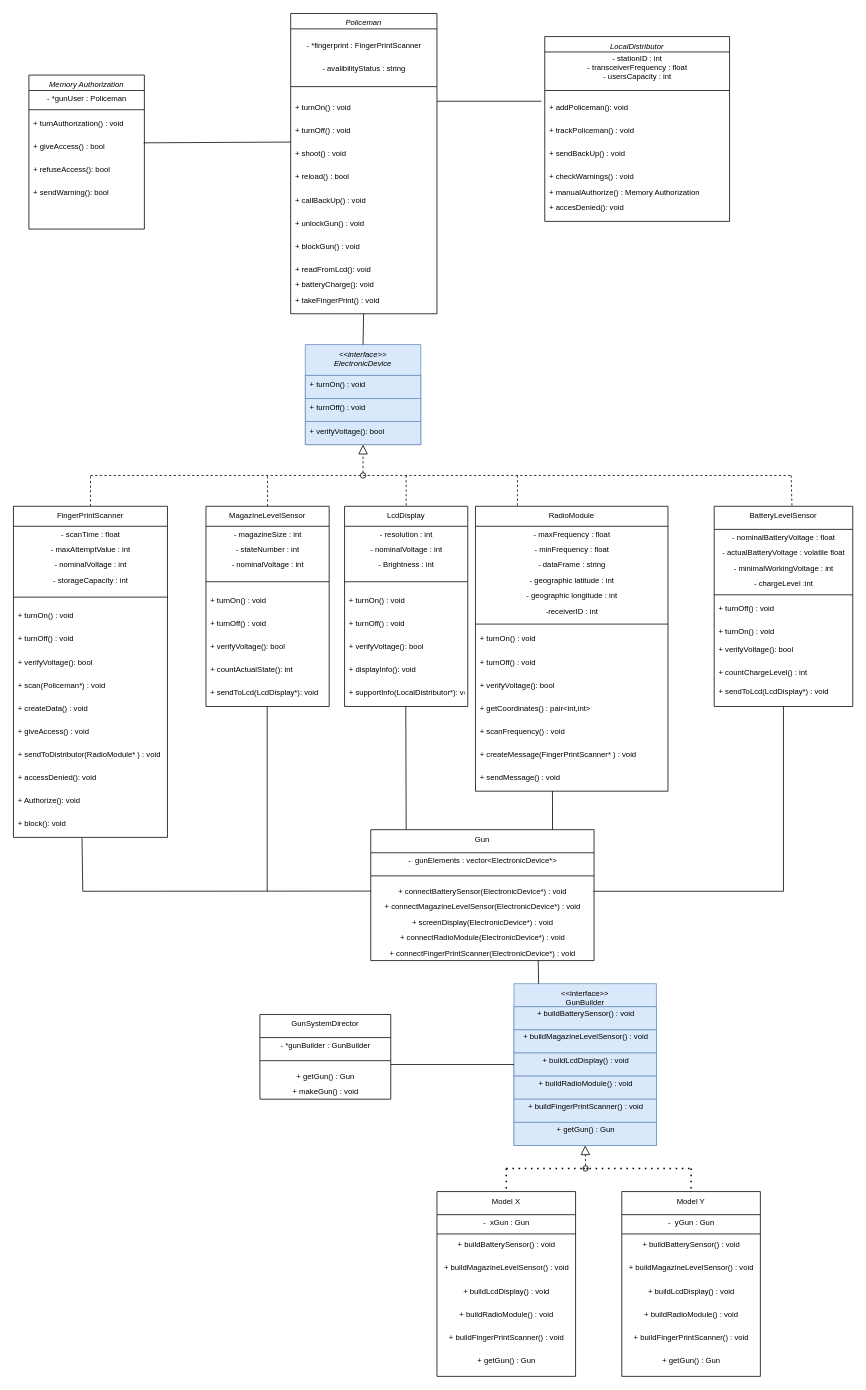
The draw.io diagram Untitled Diagram.drawio in mardyr/UML-and-diagrams, before the edit. Source tidied: cells renumbered, new cells numbered last; positions are measured from the earlier drawing's top-left corner, leaving out a move shared by most shapes. Both pictures are drawn from the tidied source at 77%, with x=0, y=0 at pixel (13, 13).
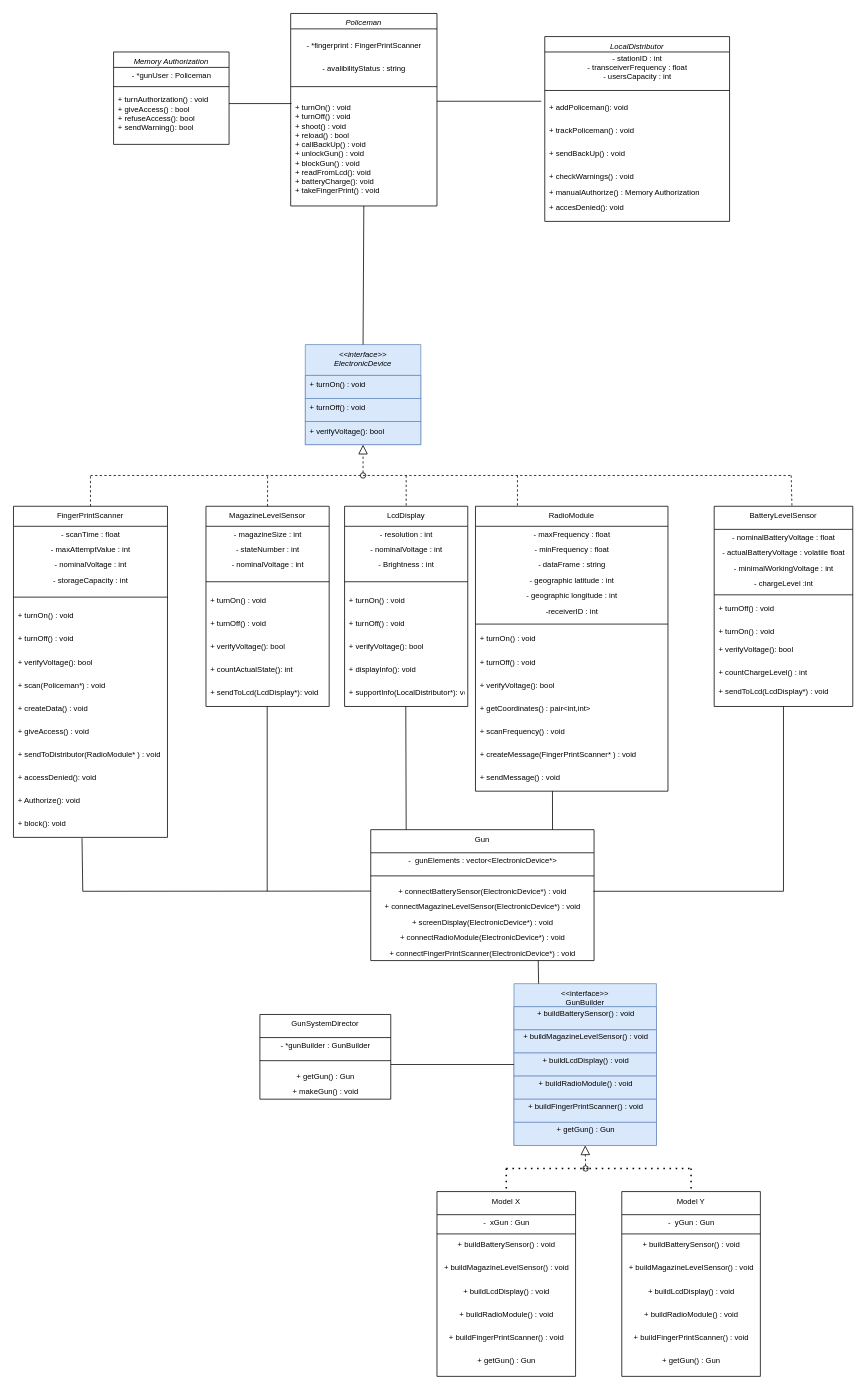
The same page after the edit.

Unchanged cells that the change refers to:
```xml
<mxCell id="2" value="&lt;&lt;interface&gt;&gt;&#10;ElectronicDevice" style="swimlane;fontStyle=2;align=center;verticalAlign=top;horizontal=1;startSize=40;rounded=0;shadow=0;strokeWidth=1;fontSize=10;fillColor=#dae8fc;strokeColor=#6c8ebf;" parent="1" vertex="1">
  <mxGeometry x="379" y="430" width="150" height="130" as="geometry" />
</mxCell>
```

What changed in the source:
```diff
@@
     <mxCell id="124" value="Memory Authorization" style="swimlane;fontStyle=2;align=center;verticalAlign=top;horizontal=1;startSize=20;rounded=0;shadow=0;strokeWidth=1;fontSize=10;" parent="1" vertex="1">
-      <mxGeometry x="20" y="80" width="150" height="200" as="geometry" />
+      <mxGeometry x="130" y="50" width="150" height="120" as="geometry" />
     </mxCell>
@@
-    <mxCell id="127" value="+ turnAuthorization() : void&#10;" style="text;align=left;verticalAlign=top;spacingLeft=4;spacingRight=4;overflow=hidden;points=[[0,0.5],[1,0.5]];portConstraint=eastwest;fontStyle=0;fontSize=10;" parent="124" vertex="1">
-      <mxGeometry y="50" width="150" height="30" as="geometry" />
+    <mxCell id="127" value="+ turnAuthorization() : void&#10;+ giveAccess() : bool&#10;+ refuseAccess(): bool&#10;+ sendWarning(): bool&#10;&#10;&#10;" style="text;align=left;verticalAlign=top;spacingLeft=4;spacingRight=4;overflow=hidden;points=[[0,0.5],[1,0.5]];portConstraint=eastwest;fontStyle=0;fontSize=10;" parent="124" vertex="1">
+      <mxGeometry y="50" width="150" height="70" as="geometry" />
     </mxCell>
-    <mxCell id="128" value="+ giveAccess() : bool&#10;" style="text;align=left;verticalAlign=top;spacingLeft=4;spacingRight=4;overflow=hidden;points=[[0,0.5],[1,0.5]];portConstraint=eastwest;fontStyle=0;fontSize=10;" parent="124" vertex="1">
-      <mxGeometry y="80" width="150" height="30" as="geometry" />
-    </mxCell>
-    <mxCell id="129" value="+ refuseAccess(): bool&#10;" style="text;align=left;verticalAlign=top;spacingLeft=4;spacingRight=4;overflow=hidden;fontStyle=0;fontSize=10;" parent="124" vertex="1">
-      <mxGeometry y="110" width="150" height="30" as="geometry" />
-    </mxCell>
-    <mxCell id="130" value="+ sendWarning(): bool&#10;" style="text;align=left;verticalAlign=top;spacingLeft=4;spacingRight=4;overflow=hidden;fontStyle=0;fontSize=10;" parent="124" vertex="1">
-      <mxGeometry y="140" width="150" height="20" as="geometry" />
-    </mxCell>
@@
-    <mxCell id="134" style="endArrow=none;html=1;fontSize=10;exitX=0.993;exitY=0.267;exitDx=0;exitDy=0;exitPerimeter=0;entryX=0;entryY=-0.1;entryDx=0;entryDy=0;entryPerimeter=0;" parent="1" edge="1" source="128" target="141">
+    <mxCell id="134" style="endArrow=none;html=1;fontSize=10;exitX=1;exitY=0.243;exitDx=0;exitDy=0;exitPerimeter=0;entryX=0.005;entryY=0.05;entryDx=0;entryDy=0;entryPerimeter=0;" parent="1" edge="1" source="127" target="139">
       <mxGeometry relative="1" as="geometry" />
     </mxCell>
     <mxCell id="135" value="Policeman" style="swimlane;fontStyle=2;align=center;verticalAlign=top;horizontal=1;startSize=20;rounded=0;shadow=0;strokeWidth=1;fontSize=10;" parent="1" vertex="1">
-      <mxGeometry x="360" width="190" height="390" as="geometry" />
+      <mxGeometry x="360" width="190" height="250" as="geometry" />
     </mxCell>
@@
-    <mxCell id="139" value="+ turnOn() : void&#10;" style="text;align=left;verticalAlign=top;spacingLeft=4;spacingRight=4;overflow=hidden;points=[[0,0.5],[1,0.5]];portConstraint=eastwest;fontStyle=0;fontSize=10;" parent="135" vertex="1">
-      <mxGeometry y="110" width="190" height="30" as="geometry" />
+    <mxCell id="139" value="+ turnOn() : void&#10;+ turnOff() : void&#10;+ shoot() : void&#10;+ reload() : bool&#10;+ callBackUp() : void&#10;+ unlockGun() : void&#10;+ blockGun() : void&#10;+ readFromLcd(): void&#10;+ batteryCharge(): void&#10;+ takeFingerPrint() : void&#10;&#10;&#10;&#10;&#10;&#10;&#10;&#10;&#10;&#10;&#10;&#10;" style="text;align=left;verticalAlign=top;spacingLeft=4;spacingRight=4;overflow=hidden;points=[[0,0.5],[1,0.5]];portConstraint=eastwest;fontStyle=0;fontSize=10;" parent="135" vertex="1">
+      <mxGeometry y="110" width="190" height="140" as="geometry" />
     </mxCell>
-    <mxCell id="140" value="+ turnOff() : void&#10;" style="text;align=left;verticalAlign=top;spacingLeft=4;spacingRight=4;overflow=hidden;fontStyle=0;fontSize=10;" parent="135" vertex="1">
-      <mxGeometry y="140" width="190" height="30" as="geometry" />
-    </mxCell>
-    <mxCell id="141" value="+ shoot() : void&#10;" style="text;align=left;verticalAlign=top;spacingLeft=4;spacingRight=4;overflow=hidden;points=[[0,0.5],[1,0.5]];portConstraint=eastwest;fontStyle=0;fontSize=10;" parent="135" vertex="1">
-      <mxGeometry y="170" width="190" height="30" as="geometry" />
-    </mxCell>
-    <mxCell id="142" value="+ reload() : bool&#10;" style="text;align=left;verticalAlign=top;spacingLeft=4;spacingRight=4;overflow=hidden;fontStyle=0;fontSize=10;" parent="135" vertex="1">
-      <mxGeometry y="200" width="190" height="30" as="geometry" />
-    </mxCell>
-    <mxCell id="143" value="+ callBackUp() : void&#10;" style="text;align=left;verticalAlign=top;spacingLeft=4;spacingRight=4;overflow=hidden;fontStyle=0;fontSize=10;" parent="135" vertex="1">
-      <mxGeometry y="230" width="190" height="30" as="geometry" />
-    </mxCell>
-    <mxCell id="144" value="+ unlockGun() : void&#10;" style="text;align=left;verticalAlign=top;spacingLeft=4;spacingRight=4;overflow=hidden;fontStyle=0;fontSize=10;" parent="135" vertex="1">
-      <mxGeometry y="260" width="190" height="30" as="geometry" />
-    </mxCell>
-    <mxCell id="145" value="+ blockGun() : void&#10;" style="text;align=left;verticalAlign=top;spacingLeft=4;spacingRight=4;overflow=hidden;fontStyle=0;fontSize=10;" parent="135" vertex="1">
-      <mxGeometry y="290" width="190" height="30" as="geometry" />
-    </mxCell>
-    <mxCell id="146" value="+ readFromLcd(): void&#10;" style="text;align=left;verticalAlign=top;spacingLeft=4;spacingRight=4;overflow=hidden;fontStyle=0;fontSize=10;" parent="135" vertex="1">
-      <mxGeometry y="320" width="190" height="20" as="geometry" />
-    </mxCell>
-    <mxCell id="147" value="+ batteryCharge(): void&#10;" style="text;align=left;verticalAlign=top;spacingLeft=4;spacingRight=4;overflow=hidden;fontStyle=0;fontSize=10;" parent="135" vertex="1">
-      <mxGeometry y="340" width="190" height="20" as="geometry" />
-    </mxCell>
-    <mxCell id="148" value="+ takeFingerPrint() : void&#10;" style="text;align=left;verticalAlign=top;spacingLeft=4;spacingRight=4;overflow=hidden;points=[[0,0.5],[1,0.5]];portConstraint=eastwest;fontStyle=0;fontSize=10;" parent="135" vertex="1">
-      <mxGeometry y="360" width="190" height="30" as="geometry" />
-    </mxCell>
-    <mxCell id="149" style="endArrow=none;html=1;fontSize=10;exitX=0.5;exitY=0;exitDx=0;exitDy=0;" parent="1" edge="1" source="2" target="148">
+    <mxCell id="149" style="endArrow=none;html=1;fontSize=10;exitX=0.5;exitY=0;exitDx=0;exitDy=0;entryX=0.5;entryY=1;entryDx=0;entryDy=0;" parent="1" edge="1" source="2" target="135">
       <mxGeometry relative="1" as="geometry" />
     </mxCell>
```
